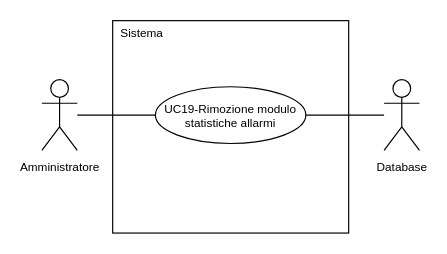
The draw.io diagram 2-RTB/Documenti_esterni/Analisi_dei_requisiti/draw.io/UC19.drawio in SnakeByteTeam/snakebyteteam.github.io, before the edit. Source tidied: cells renumbered, new cells numbered last; positions are measured from the earlier drawing's top-left corner, leaving out a move shared by most shapes. Both pictures are drawn from the tidied source at 118%, with x=0, y=0 at pixel (41, 20).
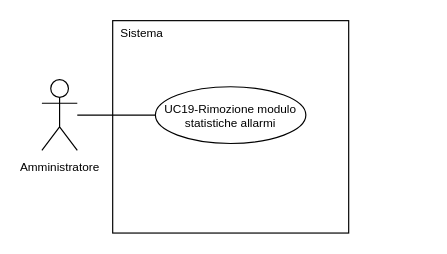
The same page after the edit.

The edit, as a diff of the source:
```diff
@@
 <mxGraphModel>
   <root>
     <mxCell id="0" />
     <mxCell id="1" parent="0" />
     <mxCell id="2" value="&lt;font style=&quot;font-size: 10px; line-height: 100%;&quot;&gt;Amministratore&lt;/font&gt;" style="shape=umlActor;verticalLabelPosition=bottom;verticalAlign=top;html=1;outlineConnect=0;" parent="1" vertex="1">
       <mxGeometry y="50" width="30" height="60" as="geometry" />
     </mxCell>
     <mxCell id="3" style="rounded=0;whiteSpace=wrap;html=1;" parent="1" vertex="1">
       <mxGeometry x="60" width="200" height="180" as="geometry" />
     </mxCell>
     <mxCell id="4" style="edgeStyle=orthogonalEdgeStyle;rounded=0;jettySize=auto;html=1;exitX=0;exitY=0.5;exitDx=0;exitDy=0;endArrow=none;endFill=0;" parent="1" edge="1" source="5" target="2">
       <mxGeometry relative="1" as="geometry" />
     </mxCell>
     <mxCell id="5" value="&lt;div style=&quot;line-height: 100%;&quot;&gt;&lt;font style=&quot;line-height: 100%; font-size: 10px;&quot;&gt;UC19-Rimozione modulo&lt;br&gt;&lt;/font&gt;&lt;/div&gt;&lt;div style=&quot;line-height: 100%;&quot;&gt;&lt;font style=&quot;line-height: 100%; font-size: 10px;&quot;&gt;statistiche allarmi&lt;/font&gt;&lt;/div&gt;" style="ellipse;whiteSpace=wrap;html=1;" parent="1" vertex="1">
       <mxGeometry x="96.2" y="56" width="127.5" height="48.1" as="geometry" />
     </mxCell>
     <mxCell id="6" value="&lt;font style=&quot;font-size: 10px;&quot;&gt;Sistema&lt;/font&gt;" style="text;html=1;whiteSpace=wrap;strokeColor=none;fillColor=none;align=center;verticalAlign=middle;rounded=0;" parent="1" vertex="1">
       <mxGeometry x="60" width="50" height="20" as="geometry" />
     </mxCell>
-    <mxCell id="7" style="rounded=0;jettySize=auto;html=1;entryX=1;entryY=0.5;entryDx=0;entryDy=0;endArrow=none;endFill=0;" parent="1" edge="1" source="8" target="5">
-      <mxGeometry relative="1" as="geometry" />
-    </mxCell>
-    <mxCell id="8" value="&lt;font style=&quot;font-size: 10px; line-height: 100%;&quot;&gt;Database&lt;/font&gt;" style="shape=umlActor;verticalLabelPosition=bottom;verticalAlign=top;html=1;outlineConnect=0;" parent="1" vertex="1">
-      <mxGeometry x="290" y="50" width="30" height="60" as="geometry" />
-    </mxCell>
   </root>
 </mxGraphModel>
```
